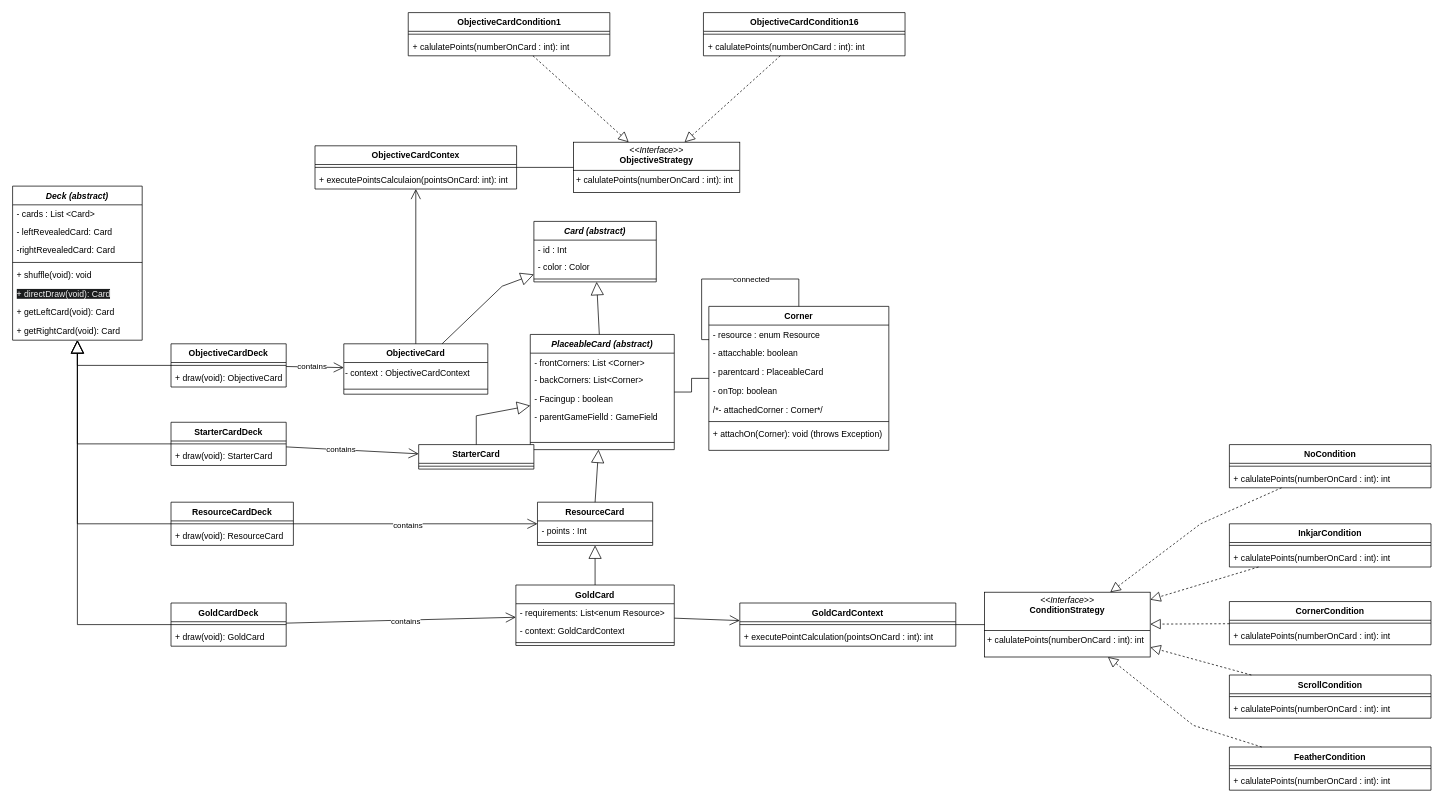
EliaDallanoce432/IS24-LB08 keeps this draw.io diagram as page "Deck/Card detail" (5 of 10) of Deliveries/UML.drawio. Above is the earlier version. Source tidied: cells renumbered, new cells numbered last; positions are measured from the earlier drawing's top-left corner, leaving out a move shared by most shapes. Both pictures are drawn from the tidied source at 72%, with x=0, y=0 at pixel (12, 12).
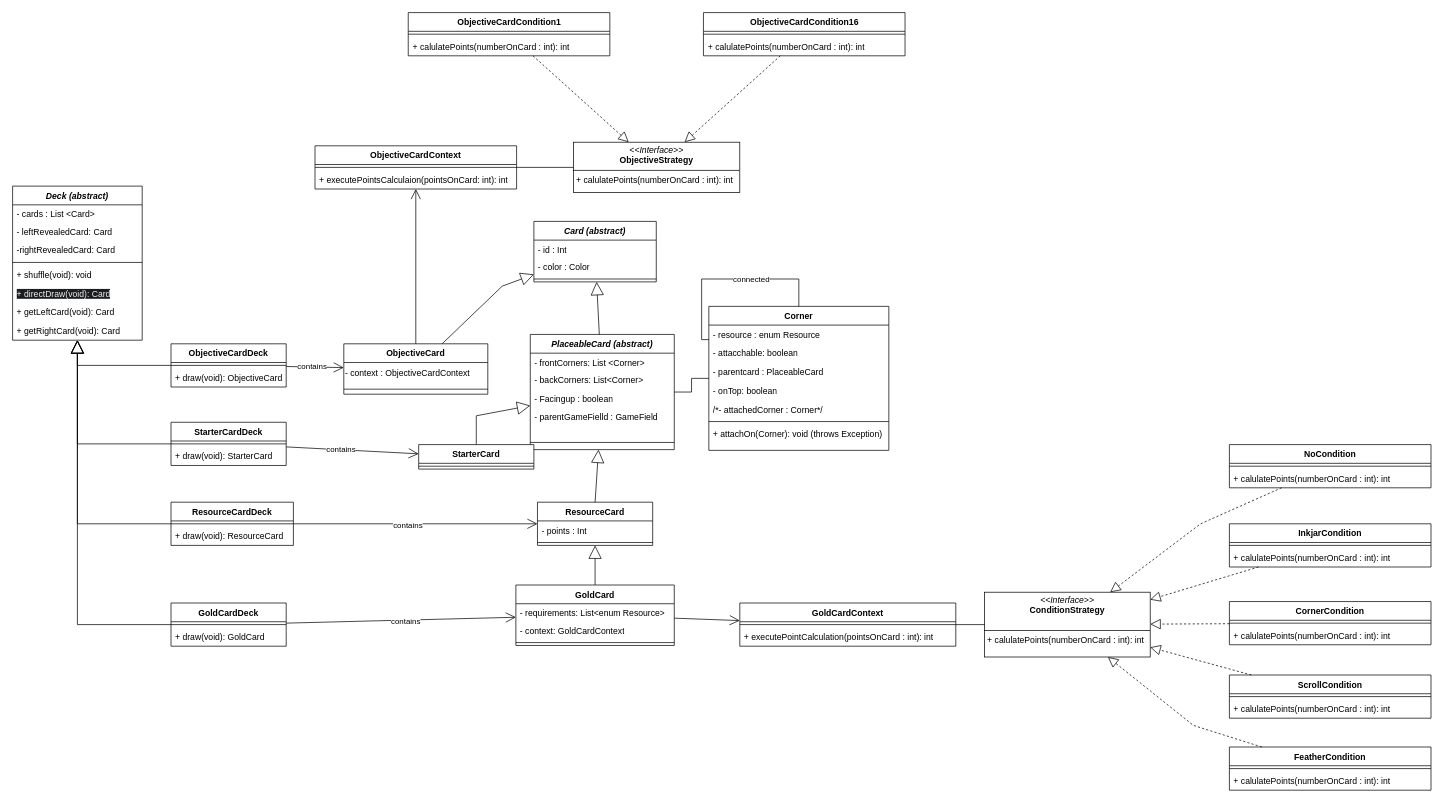
The same page after the edit.

Diff of the diagram source:
```diff
@@
-    <mxCell id="104" value="ObjectiveCardContex&lt;div&gt;&lt;br&gt;&lt;/div&gt;" style="swimlane;fontStyle=1;align=center;verticalAlign=top;horizontal=1;startSize=26;whiteSpace=wrap;html=1;" parent="1" vertex="1">
+    <mxCell id="104" value="ObjectiveCardContext&lt;div&gt;&lt;br&gt;&lt;/div&gt;" style="swimlane;fontStyle=1;align=center;verticalAlign=top;horizontal=1;startSize=26;whiteSpace=wrap;html=1;" parent="1" vertex="1">
       <mxGeometry x="420" y="185" width="280" height="60" as="geometry" />
     </mxCell>
```
